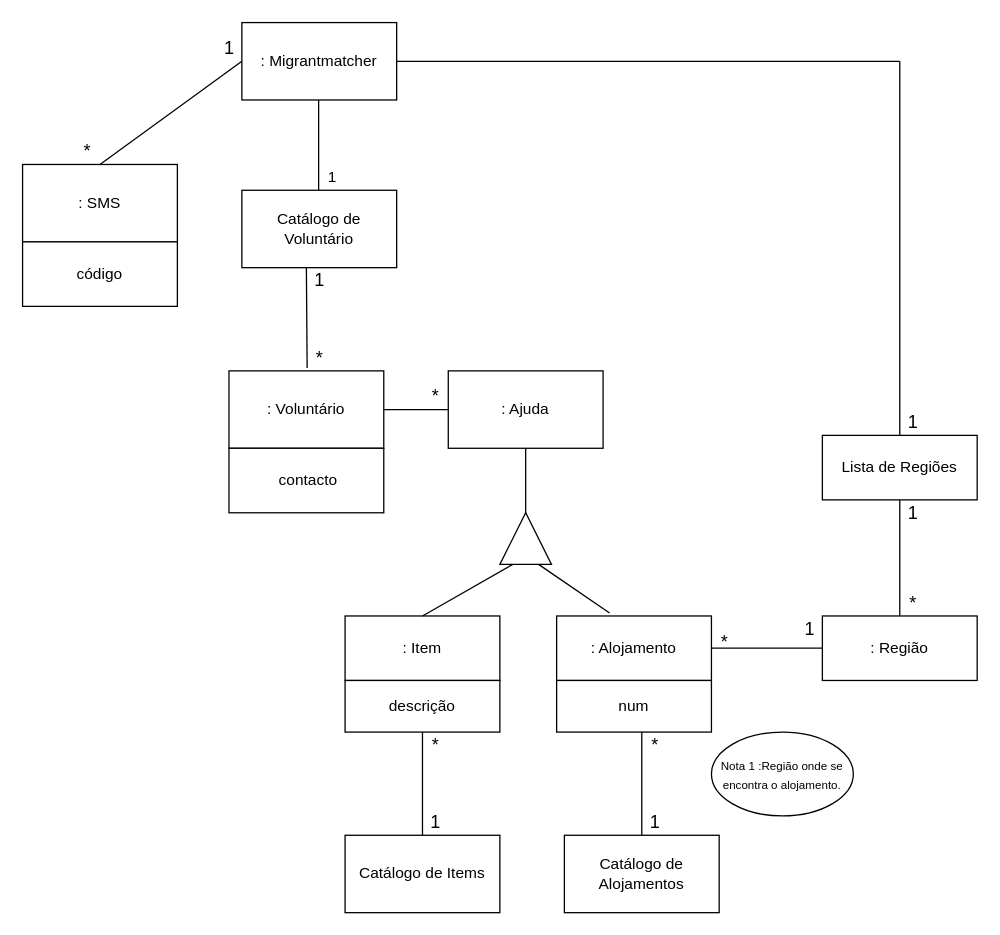
This is MMmodelodominio.drawio from paulobolinhas/DCO, a draw.io file, before an edit. Source tidied: cells renumbered, new cells numbered last; positions are measured from the earlier drawing's top-left corner, leaving out a move shared by most shapes. Both pictures are drawn from the tidied source at 129%, with x=0, y=0 at pixel (22, 22).
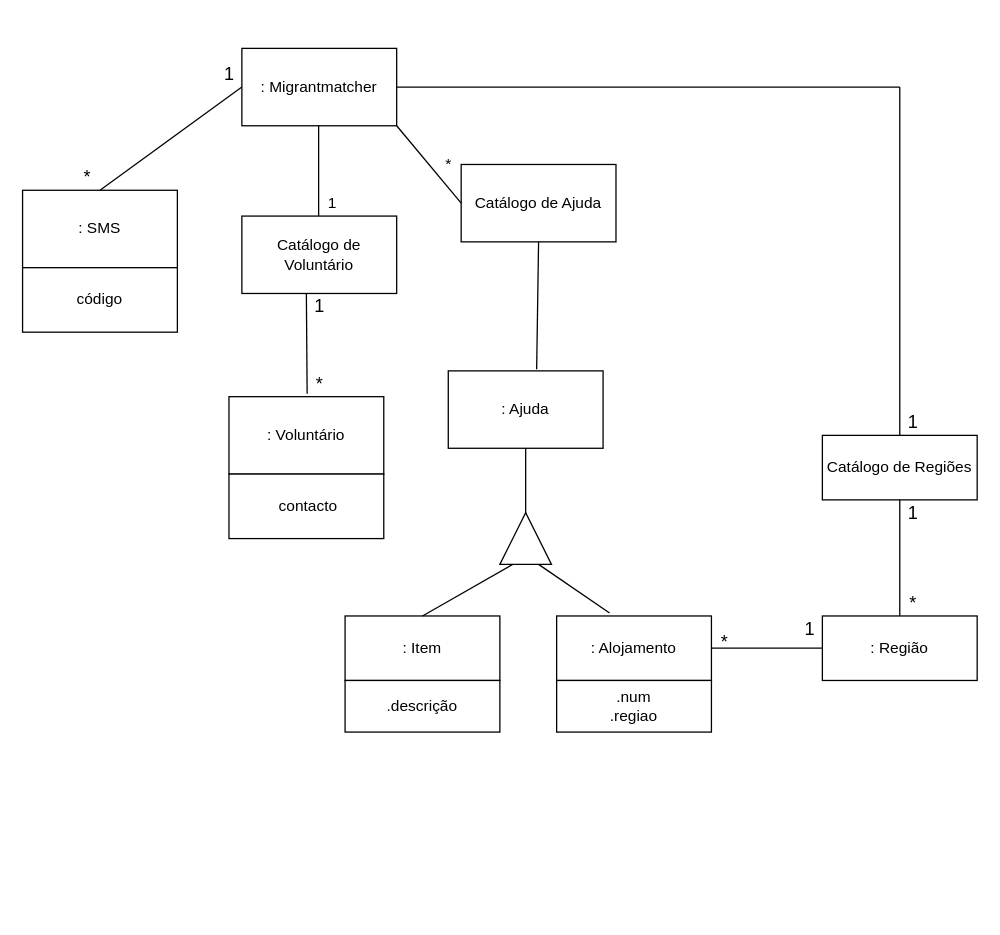
After the change.

The change refers to these unchanged cells:
```xml
<mxCell id="9" value=": Ajuda" style="whiteSpace=wrap;html=1;" parent="1" vertex="1">
  <mxGeometry x="330" y="270" width="120" height="60" as="geometry" />
</mxCell>
```

What changed in the source:
```diff
@@
     <mxCell id="2" value=": Migrantmatcher" style="whiteSpace=wrap;html=1;" parent="1" vertex="1">
-      <mxGeometry x="170" width="120" height="60" as="geometry" />
+      <mxGeometry x="170" y="20" width="120" height="60" as="geometry" />
     </mxCell>
     <mxCell id="3" value="Catálogo de Voluntário" style="whiteSpace=wrap;html=1;" parent="1" vertex="1">
-      <mxGeometry x="170" y="130" width="120" height="60" as="geometry" />
+      <mxGeometry x="170" y="150" width="120" height="60" as="geometry" />
     </mxCell>
     <mxCell id="4" style="endArrow=none;html=1;" parent="1" edge="1">
       <mxGeometry relative="1" as="geometry">
-        <mxPoint x="229.5" y="130" as="sourcePoint" />
-        <mxPoint x="229.5" y="60" as="targetPoint" />
+        <mxPoint x="229.5" y="150" as="sourcePoint" />
+        <mxPoint x="229.5" y="80" as="targetPoint" />
       </mxGeometry>
     </mxCell>
-    <mxCell id="5" value="Catálogo de Items" style="whiteSpace=wrap;html=1;" parent="1" vertex="1">
-      <mxGeometry x="250" y="630" width="120" height="60" as="geometry" />
-    </mxCell>
     <mxCell id="6" style="endArrow=none;html=1;exitX=0.422;exitY=-0.039;exitDx=0;exitDy=0;exitPerimeter=0;" parent="1" edge="1">
       <mxGeometry relative="1" as="geometry">
-        <mxPoint x="220.6" y="267.7" as="sourcePoint" />
-        <mxPoint x="220" y="190" as="targetPoint" />
+        <mxPoint x="220.6" y="287.7" as="sourcePoint" />
+        <mxPoint x="220" y="210" as="targetPoint" />
       </mxGeometry>
     </mxCell>
-    <mxCell id="7" style="endArrow=none;html=1;exitX=0.5;exitY=1;exitDx=0;exitDy=0;" parent="1" edge="1" source="18">
-      <mxGeometry relative="1" as="geometry">
-        <mxPoint x="310" y="630" as="targetPoint" />
-      </mxGeometry>
-    </mxCell>
     <mxCell id="8" value=": Voluntário" style="whiteSpace=wrap;html=1;" parent="1" vertex="1">
-      <mxGeometry x="160" y="270" width="120" height="60" as="geometry" />
+      <mxGeometry x="160" y="290" width="120" height="60" as="geometry" />
     </mxCell>
@@
-    <mxCell id="10" style="endArrow=none;html=1;entryX=0;entryY=0.5;entryDx=0;entryDy=0;exitX=1;exitY=0.5;exitDx=0;exitDy=0;" parent="1" edge="1" source="8" target="9">
-      <mxGeometry relative="1" as="geometry" />
-    </mxCell>
     <mxCell id="11" value="&amp;nbsp;contacto" style="whiteSpace=wrap;html=1;" parent="1" vertex="1">
-      <mxGeometry x="160" y="330" width="120" height="50" as="geometry" />
+      <mxGeometry x="160" y="350" width="120" height="50" as="geometry" />
     </mxCell>
@@
-    <mxCell id="18" value="descrição" style="whiteSpace=wrap;html=1;" parent="1" vertex="1">
+    <mxCell id="18" value=".descrição" style="whiteSpace=wrap;html=1;" parent="1" vertex="1">
       <mxGeometry x="250" y="510" width="120" height="40" as="geometry" />
     </mxCell>
-    <mxCell id="19" value="Lista de Regiões" style="rounded=0;whiteSpace=wrap;html=1;" parent="1" vertex="1">
+    <mxCell id="19" value="Catálogo de Regiões" style="rounded=0;whiteSpace=wrap;html=1;" parent="1" vertex="1">
       <mxGeometry x="620" y="320" width="120" height="50" as="geometry" />
     </mxCell>
@@
     <mxCell id="23" style="endArrow=none;html=1;entryX=1;entryY=0.5;entryDx=0;entryDy=0;" parent="1" edge="1" target="2">
       <mxGeometry relative="1" as="geometry">
-        <mxPoint x="680" y="30" as="sourcePoint" />
+        <mxPoint x="680" y="50" as="sourcePoint" />
       </mxGeometry>
     </mxCell>
     <mxCell id="24" style="endArrow=none;html=1;exitX=0.5;exitY=0;exitDx=0;exitDy=0;" parent="1" edge="1" source="19">
       <mxGeometry relative="1" as="geometry">
-        <mxPoint x="680" y="30" as="targetPoint" />
+        <mxPoint x="680" y="50" as="targetPoint" />
       </mxGeometry>
     </mxCell>
-    <mxCell id="25" value="num" style="whiteSpace=wrap;html=1;" parent="1" vertex="1">
+    <mxCell id="25" value=".num&lt;br&gt;.regiao" style="whiteSpace=wrap;html=1;" parent="1" vertex="1">
       <mxGeometry x="414" y="510" width="120" height="40" as="geometry" />
     </mxCell>
     <mxCell id="26" value=": SMS" style="rounded=0;whiteSpace=wrap;html=1;" parent="1" vertex="1">
-      <mxGeometry y="110" width="120" height="60" as="geometry" />
+      <mxGeometry y="130" width="120" height="60" as="geometry" />
     </mxCell>
@@
     <mxCell id="28" value="código" style="whiteSpace=wrap;html=1;" parent="1" vertex="1">
-      <mxGeometry y="170" width="120" height="50" as="geometry" />
+      <mxGeometry y="190" width="120" height="50" as="geometry" />
     </mxCell>
-    <mxCell id="29" value="&lt;font style=&quot;font-size: 9px&quot;&gt;Nota 1 :Região onde se encontra o alojamento.&lt;/font&gt;" style="ellipse;whiteSpace=wrap;html=1;" parent="1" vertex="1">
-      <mxGeometry x="534" y="550" width="110" height="65" as="geometry" />
-    </mxCell>
     <mxCell id="30" value="1&lt;br&gt;" style="text;html=1;align=center;verticalAlign=middle;strokeColor=none;fillColor=none;" parent="1" vertex="1">
-      <mxGeometry x="230" y="110" width="20" height="20" as="geometry" />
+      <mxGeometry x="230" y="130" width="20" height="20" as="geometry" />
     </mxCell>
     <mxCell id="31" value="&lt;font style=&quot;font-size: 14px&quot;&gt;*&lt;/font&gt;" style="text;html=1;align=center;verticalAlign=middle;strokeColor=none;fillColor=none;" parent="1" vertex="1">
-      <mxGeometry x="220" y="250" width="20" height="20" as="geometry" />
+      <mxGeometry x="220" y="270" width="20" height="20" as="geometry" />
     </mxCell>
-    <mxCell id="32" value="*" style="text;html=1;align=center;verticalAlign=middle;strokeColor=none;fillColor=none;fontSize=14;" parent="1" vertex="1">
-      <mxGeometry x="310" y="280" width="20" height="20" as="geometry" />
-    </mxCell>
@@
-    <mxCell id="38" value="*" style="text;html=1;align=center;verticalAlign=middle;strokeColor=none;fillColor=none;fontSize=14;" parent="1" vertex="1">
-      <mxGeometry x="310" y="550" width="20" height="20" as="geometry" />
-    </mxCell>
-    <mxCell id="39" value="1" style="text;html=1;align=center;verticalAlign=middle;strokeColor=none;fillColor=none;fontSize=14;" parent="1" vertex="1">
-      <mxGeometry x="310" y="610" width="20" height="20" as="geometry" />
-    </mxCell>
     <mxCell id="40" value="1" style="text;html=1;align=center;verticalAlign=middle;strokeColor=none;fillColor=none;fontSize=14;" parent="1" vertex="1">
-      <mxGeometry x="150" y="10" width="20" height="20" as="geometry" />
+      <mxGeometry x="150" y="30" width="20" height="20" as="geometry" />
     </mxCell>
     <mxCell id="41" value="*" style="text;html=1;align=center;verticalAlign=middle;strokeColor=none;fillColor=none;fontSize=14;" parent="1" vertex="1">
-      <mxGeometry x="40" y="90" width="20" height="20" as="geometry" />
+      <mxGeometry x="40" y="110" width="20" height="20" as="geometry" />
     </mxCell>
     <mxCell id="42" value="1" style="text;html=1;align=center;verticalAlign=middle;strokeColor=none;fillColor=none;fontSize=14;" parent="1" vertex="1">
-      <mxGeometry x="220" y="190" width="20" height="20" as="geometry" />
+      <mxGeometry x="220" y="210" width="20" height="20" as="geometry" />
     </mxCell>
-    <mxCell id="43" value="Catálogo de Alojamentos" style="whiteSpace=wrap;html=1;" parent="1" vertex="1">
-      <mxGeometry x="420" y="630" width="120" height="60" as="geometry" />
-    </mxCell>
-    <mxCell id="44" style="endArrow=none;html=1;exitX=0.5;exitY=1;exitDx=0;exitDy=0;" parent="1" edge="1">
-      <mxGeometry relative="1" as="geometry">
-        <mxPoint x="480" y="550" as="sourcePoint" />
-        <mxPoint x="480" y="630" as="targetPoint" />
-      </mxGeometry>
-    </mxCell>
-    <mxCell id="45" value="*" style="text;html=1;align=center;verticalAlign=middle;strokeColor=none;fillColor=none;fontSize=14;" parent="1" vertex="1">
-      <mxGeometry x="480" y="550" width="20" height="20" as="geometry" />
-    </mxCell>
-    <mxCell id="46" value="1" style="text;html=1;align=center;verticalAlign=middle;points=[];strokeColor=none;fillColor=none;fontSize=14;" parent="1" vertex="1">
-      <mxGeometry x="480" y="610" width="20" height="20" as="geometry" />
+    <mxCell id="46" value="Catálogo de Ajuda" style="rounded=0;whiteSpace=wrap;html=1;" parent="1" vertex="1">
+      <mxGeometry x="340" y="110" width="120" height="60" as="geometry" />
     </mxCell>
+    <mxCell id="47" style="endArrow=none;html=1;entryX=0.5;entryY=1;entryDx=0;entryDy=0;exitX=0.571;exitY=-0.02;exitDx=0;exitDy=0;exitPerimeter=0;" parent="1" edge="1" source="9" target="46">
+      <mxGeometry relative="1" as="geometry" />
+    </mxCell>
+    <mxCell id="48" value="*" style="text;html=1;align=center;verticalAlign=middle;strokeColor=none;fillColor=none;" parent="1" vertex="1">
+      <mxGeometry x="320" y="100" width="20" height="20" as="geometry" />
+    </mxCell>
+    <mxCell id="49" style="endArrow=none;html=1;entryX=0;entryY=0.5;entryDx=0;entryDy=0;exitX=1;exitY=1;exitDx=0;exitDy=0;" parent="1" edge="1" source="2" target="46">
+      <mxGeometry relative="1" as="geometry" />
+    </mxCell>
```
